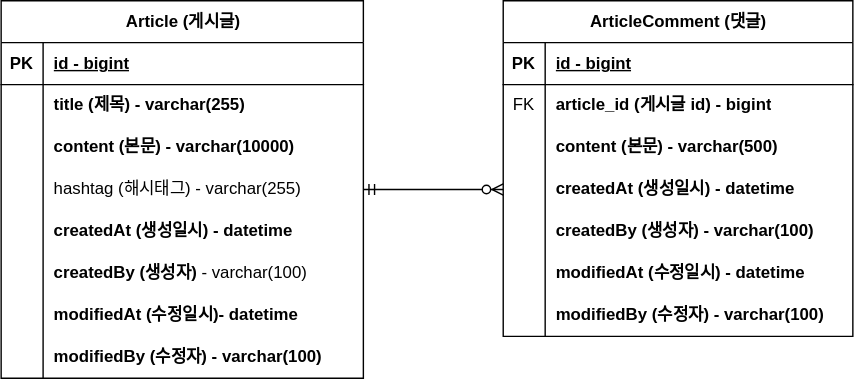
The draw.io diagram document/board_erd.svg in knotted-c/project-board, before a commit. Source tidied: cells renumbered, new cells last; positions are measured from the earlier drawing's top-left corner, leaving out a move shared by most shapes.
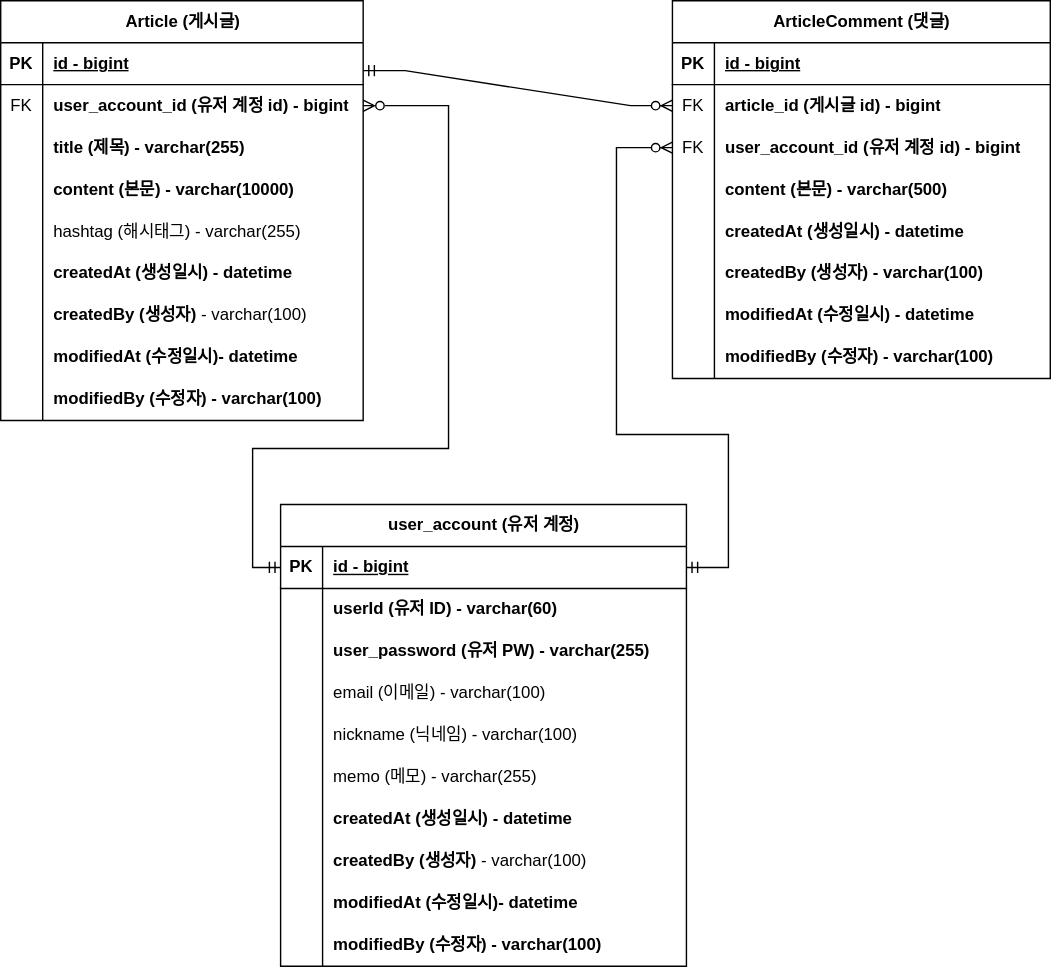
After the change.

Commit message:
회원계정에 대한 도메인 내용을 ERD에 반영하여 업데이트

Diff of the diagram source:
```diff
@@ -5,3 +5,3 @@
     <mxCell id="2" value="Article (게시글)" style="shape=table;startSize=30;rowLines=0;fontStyle=1;align=center;html=1;" parent="1" vertex="1">
-      <mxGeometry width="259" height="270" as="geometry" />
+      <mxGeometry x="-21" width="259" height="300" as="geometry" />
     </mxCell>
@@ -16,4 +16,13 @@
     </mxCell>
+    <mxCell id="50" style="shape=tableRow;horizontal=0;startSize=0;swimlaneHead=0;swimlaneBody=0;fillColor=none;points=[[0,0.5],[1,0.5]];portConstraint=eastwest;top=0;left=0;right=0;bottom=0;" parent="2" vertex="1">
+      <mxGeometry y="60" width="259" height="30" as="geometry" />
+    </mxCell>
+    <mxCell id="51" value="FK" style="shape=partialRectangle;fillColor=none;top=0;left=0;bottom=0;right=0;overflow=hidden;whiteSpace=wrap;html=1;" parent="50" vertex="1">
+      <mxGeometry width="30" height="30" as="geometry" />
+    </mxCell>
+    <mxCell id="52" value="user_account_id (유저 계정 id) - bigint" style="shape=partialRectangle;fillColor=none;top=0;left=0;bottom=0;right=0;align=left;spacingLeft=6;overflow=hidden;whiteSpace=wrap;html=1;fontStyle=1;" parent="50" vertex="1">
+      <mxGeometry x="30" width="229" height="30" as="geometry" />
+    </mxCell>
     <mxCell id="6" style="shape=tableRow;horizontal=0;startSize=0;swimlaneHead=0;swimlaneBody=0;fillColor=none;top=0;left=0;right=0;bottom=0;" parent="2" vertex="1">
-      <mxGeometry y="60" width="259" height="30" as="geometry" />
+      <mxGeometry y="90" width="259" height="30" as="geometry" />
     </mxCell>
@@ -26,3 +35,3 @@
     <mxCell id="9" style="shape=tableRow;horizontal=0;startSize=0;swimlaneHead=0;swimlaneBody=0;fillColor=none;top=0;left=0;right=0;bottom=0;" parent="2" vertex="1">
-      <mxGeometry y="90" width="259" height="30" as="geometry" />
+      <mxGeometry y="120" width="259" height="30" as="geometry" />
     </mxCell>
@@ -35,3 +44,3 @@
     <mxCell id="12" style="shape=tableRow;horizontal=0;startSize=0;swimlaneHead=0;swimlaneBody=0;fillColor=none;points=[[0,0.5],[1,0.5]];portConstraint=eastwest;top=0;left=0;right=0;bottom=0;" parent="2" vertex="1">
-      <mxGeometry y="120" width="259" height="30" as="geometry" />
+      <mxGeometry y="150" width="259" height="30" as="geometry" />
     </mxCell>
@@ -44,3 +53,3 @@
     <mxCell id="15" style="shape=tableRow;horizontal=0;startSize=0;swimlaneHead=0;swimlaneBody=0;fillColor=none;top=0;left=0;right=0;bottom=0;" parent="2" vertex="1">
-      <mxGeometry y="150" width="259" height="30" as="geometry" />
+      <mxGeometry y="180" width="259" height="30" as="geometry" />
     </mxCell>
@@ -53,3 +62,3 @@
     <mxCell id="18" style="shape=tableRow;horizontal=0;startSize=0;swimlaneHead=0;swimlaneBody=0;fillColor=none;top=0;left=0;right=0;bottom=0;fontStyle=1;" parent="2" vertex="1">
-      <mxGeometry y="180" width="259" height="30" as="geometry" />
+      <mxGeometry y="210" width="259" height="30" as="geometry" />
     </mxCell>
@@ -62,3 +71,3 @@
     <mxCell id="21" style="shape=tableRow;horizontal=0;startSize=0;swimlaneHead=0;swimlaneBody=0;fillColor=none;top=0;left=0;right=0;bottom=0;" parent="2" vertex="1">
-      <mxGeometry y="210" width="259" height="30" as="geometry" />
+      <mxGeometry y="240" width="259" height="30" as="geometry" />
     </mxCell>
@@ -71,3 +80,3 @@
     <mxCell id="24" style="shape=tableRow;horizontal=0;startSize=0;swimlaneHead=0;swimlaneBody=0;fillColor=none;top=0;left=0;right=0;bottom=0;" parent="2" vertex="1">
-      <mxGeometry y="240" width="259" height="30" as="geometry" />
+      <mxGeometry y="270" width="259" height="30" as="geometry" />
     </mxCell>
@@ -80,6 +89,6 @@
     <mxCell id="27" value="ArticleComment (댓글)" style="shape=table;startSize=30;rowLines=0;fontStyle=1;align=center;html=1;" parent="1" vertex="1">
-      <mxGeometry x="359" width="250" height="240" as="geometry" />
+      <mxGeometry x="459" width="270" height="270" as="geometry" />
     </mxCell>
     <mxCell id="28" style="shape=tableRow;horizontal=0;startSize=0;swimlaneHead=0;swimlaneBody=0;fillColor=none;top=0;left=0;right=0;bottom=1;" parent="27" vertex="1">
-      <mxGeometry y="30" width="250" height="30" as="geometry" />
+      <mxGeometry y="30" width="270" height="30" as="geometry" />
     </mxCell>
@@ -89,6 +98,6 @@
     <mxCell id="30" value="id - bigint" style="shape=partialRectangle;fillColor=none;top=0;left=0;bottom=0;right=0;align=left;spacingLeft=6;fontStyle=5;overflow=hidden;whiteSpace=wrap;html=1;" parent="28" vertex="1">
-      <mxGeometry x="30" width="220" height="30" as="geometry" />
+      <mxGeometry x="30" width="240" height="30" as="geometry" />
     </mxCell>
     <mxCell id="31" style="shape=tableRow;horizontal=0;startSize=0;swimlaneHead=0;swimlaneBody=0;fillColor=none;points=[[0,0.5],[1,0.5]];portConstraint=eastwest;top=0;left=0;right=0;bottom=0;" parent="27" vertex="1">
-      <mxGeometry y="60" width="250" height="30" as="geometry" />
+      <mxGeometry y="60" width="270" height="30" as="geometry" />
     </mxCell>
@@ -98,6 +107,15 @@
     <mxCell id="33" value="article_id (게시글 id) - bigint" style="shape=partialRectangle;fillColor=none;top=0;left=0;bottom=0;right=0;align=left;spacingLeft=6;overflow=hidden;whiteSpace=wrap;html=1;fontStyle=1;" parent="31" vertex="1">
-      <mxGeometry x="30" width="220" height="30" as="geometry" />
+      <mxGeometry x="30" width="240" height="30" as="geometry" />
     </mxCell>
+    <mxCell id="53" style="shape=tableRow;horizontal=0;startSize=0;swimlaneHead=0;swimlaneBody=0;fillColor=none;points=[[0,0.5],[1,0.5]];portConstraint=eastwest;top=0;left=0;right=0;bottom=0;" parent="27" vertex="1">
+      <mxGeometry y="90" width="270" height="30" as="geometry" />
+    </mxCell>
+    <mxCell id="54" value="FK" style="shape=partialRectangle;fillColor=none;top=0;left=0;bottom=0;right=0;overflow=hidden;whiteSpace=wrap;html=1;" parent="53" vertex="1">
+      <mxGeometry width="30" height="30" as="geometry" />
+    </mxCell>
+    <mxCell id="55" value="user_account_id (유저 계정 id) - bigint" style="shape=partialRectangle;fillColor=none;top=0;left=0;bottom=0;right=0;align=left;spacingLeft=6;overflow=hidden;whiteSpace=wrap;html=1;fontStyle=1;" parent="53" vertex="1">
+      <mxGeometry x="30" width="240" height="30" as="geometry" />
+    </mxCell>
     <mxCell id="34" style="shape=tableRow;horizontal=0;startSize=0;swimlaneHead=0;swimlaneBody=0;fillColor=none;top=0;left=0;right=0;bottom=0;" parent="27" vertex="1">
-      <mxGeometry y="90" width="250" height="30" as="geometry" />
+      <mxGeometry y="120" width="270" height="30" as="geometry" />
     </mxCell>
@@ -107,6 +125,6 @@
     <mxCell id="36" value="content (본문) - varchar(500)" style="shape=partialRectangle;fillColor=none;top=0;left=0;bottom=0;right=0;align=left;spacingLeft=6;overflow=hidden;whiteSpace=wrap;html=1;fontStyle=1;" parent="34" vertex="1">
-      <mxGeometry x="30" width="220" height="30" as="geometry" />
+      <mxGeometry x="30" width="240" height="30" as="geometry" />
     </mxCell>
     <mxCell id="37" style="shape=tableRow;horizontal=0;startSize=0;swimlaneHead=0;swimlaneBody=0;fillColor=none;points=[[0,0.5],[1,0.5]];portConstraint=eastwest;top=0;left=0;right=0;bottom=0;" parent="27" vertex="1">
-      <mxGeometry y="120" width="250" height="30" as="geometry" />
+      <mxGeometry y="150" width="270" height="30" as="geometry" />
     </mxCell>
@@ -116,6 +134,6 @@
     <mxCell id="39" value="createdAt (생성일시) - datetime" style="shape=partialRectangle;fillColor=none;top=0;left=0;bottom=0;right=0;align=left;spacingLeft=6;overflow=hidden;whiteSpace=wrap;html=1;fontStyle=1;" parent="37" vertex="1">
-      <mxGeometry x="30" width="220" height="30" as="geometry" />
+      <mxGeometry x="30" width="240" height="30" as="geometry" />
     </mxCell>
     <mxCell id="40" style="shape=tableRow;horizontal=0;startSize=0;swimlaneHead=0;swimlaneBody=0;fillColor=none;top=0;left=0;right=0;bottom=0;" parent="27" vertex="1">
-      <mxGeometry y="150" width="250" height="30" as="geometry" />
+      <mxGeometry y="180" width="270" height="30" as="geometry" />
     </mxCell>
@@ -125,6 +143,6 @@
     <mxCell id="42" value="createdBy (생성자) - varchar(100)" style="shape=partialRectangle;fillColor=none;top=0;left=0;bottom=0;right=0;align=left;spacingLeft=6;overflow=hidden;whiteSpace=wrap;html=1;fontStyle=1;" parent="40" vertex="1">
-      <mxGeometry x="30" width="220" height="30" as="geometry" />
+      <mxGeometry x="30" width="240" height="30" as="geometry" />
     </mxCell>
     <mxCell id="43" style="shape=tableRow;horizontal=0;startSize=0;swimlaneHead=0;swimlaneBody=0;fillColor=none;top=0;left=0;right=0;bottom=0;" parent="27" vertex="1">
-      <mxGeometry y="180" width="250" height="30" as="geometry" />
+      <mxGeometry y="210" width="270" height="30" as="geometry" />
     </mxCell>
@@ -134,6 +152,6 @@
     <mxCell id="45" value="modifiedAt (수정일시)&amp;nbsp;- datetime" style="shape=partialRectangle;fillColor=none;top=0;left=0;bottom=0;right=0;align=left;spacingLeft=6;overflow=hidden;whiteSpace=wrap;html=1;fontStyle=1;" parent="43" vertex="1">
-      <mxGeometry x="30" width="220" height="30" as="geometry" />
+      <mxGeometry x="30" width="240" height="30" as="geometry" />
     </mxCell>
     <mxCell id="46" style="shape=tableRow;horizontal=0;startSize=0;swimlaneHead=0;swimlaneBody=0;fillColor=none;top=0;left=0;right=0;bottom=0;" parent="27" vertex="1">
-      <mxGeometry y="210" width="250" height="30" as="geometry" />
+      <mxGeometry y="240" width="270" height="30" as="geometry" />
     </mxCell>
@@ -143,7 +161,122 @@
     <mxCell id="48" value="modifiedBy (수정자)&amp;nbsp;- varchar(100)" style="shape=partialRectangle;fillColor=none;top=0;left=0;bottom=0;right=0;align=left;spacingLeft=6;overflow=hidden;whiteSpace=wrap;html=1;fontStyle=1;" parent="46" vertex="1">
-      <mxGeometry x="30" width="220" height="30" as="geometry" />
+      <mxGeometry x="30" width="240" height="30" as="geometry" />
     </mxCell>
-    <mxCell id="49" style="edgeStyle=entityRelationEdgeStyle;fontSize=12;html=1;endArrow=ERzeroToMany;startArrow=ERmandOne;rounded=0;exitX=1;exitY=0.5;exitDx=0;exitDy=0;entryX=0;entryY=0.5;entryDx=0;entryDy=0;" parent="1" edge="1" source="12" target="37">
-      <mxGeometry relative="1" as="geometry" />
+    <mxCell id="49" style="edgeStyle=entityRelationEdgeStyle;fontSize=12;html=1;endArrow=ERzeroToMany;startArrow=ERmandOne;rounded=0;exitX=1;exitY=0.5;exitDx=0;exitDy=0;entryX=0;entryY=0.5;entryDx=0;entryDy=0;" parent="1" edge="1" target="31">
+      <mxGeometry relative="1" as="geometry">
+        <mxPoint x="238" y="50" as="sourcePoint" />
+      </mxGeometry>
     </mxCell>
+    <mxCell id="56" value="user_account (유저 계정)" style="shape=table;startSize=30;rowLines=0;fontStyle=1;align=center;html=1;" parent="1" vertex="1">
+      <mxGeometry x="179" y="360" width="290" height="330" as="geometry" />
+    </mxCell>
+    <mxCell id="57" style="shape=tableRow;horizontal=0;startSize=0;swimlaneHead=0;swimlaneBody=0;fillColor=none;points=[[0,0.5],[1,0.5]];portConstraint=eastwest;top=0;left=0;right=0;bottom=1;" parent="56" vertex="1">
+      <mxGeometry y="30" width="290" height="30" as="geometry" />
+    </mxCell>
+    <mxCell id="58" value="PK" style="shape=partialRectangle;fillColor=none;top=0;left=0;bottom=0;right=0;fontStyle=1;overflow=hidden;whiteSpace=wrap;html=1;" parent="57" vertex="1">
+      <mxGeometry width="30" height="30" as="geometry" />
+    </mxCell>
+    <mxCell id="59" value="id - bigint" style="shape=partialRectangle;fillColor=none;top=0;left=0;bottom=0;right=0;align=left;spacingLeft=6;fontStyle=5;overflow=hidden;whiteSpace=wrap;html=1;" parent="57" vertex="1">
+      <mxGeometry x="30" width="260" height="30" as="geometry" />
+    </mxCell>
+    <mxCell id="60" style="shape=tableRow;horizontal=0;startSize=0;swimlaneHead=0;swimlaneBody=0;fillColor=none;top=0;left=0;right=0;bottom=0;" parent="56" vertex="1">
+      <mxGeometry y="60" width="290" height="30" as="geometry" />
+    </mxCell>
+    <mxCell id="61" style="shape=partialRectangle;fillColor=none;top=0;left=0;bottom=0;right=0;overflow=hidden;whiteSpace=wrap;html=1;" parent="60" vertex="1">
+      <mxGeometry width="30" height="30" as="geometry" />
+    </mxCell>
+    <mxCell id="62" value="userId (유저 ID) - varchar(60)" style="shape=partialRectangle;fillColor=none;top=0;left=0;bottom=0;right=0;align=left;spacingLeft=6;overflow=hidden;whiteSpace=wrap;html=1;fontStyle=1;" parent="60" vertex="1">
+      <mxGeometry x="30" width="260" height="30" as="geometry" />
+    </mxCell>
+    <mxCell id="63" style="shape=tableRow;horizontal=0;startSize=0;swimlaneHead=0;swimlaneBody=0;fillColor=none;top=0;left=0;right=0;bottom=0;" parent="56" vertex="1">
+      <mxGeometry y="90" width="290" height="30" as="geometry" />
+    </mxCell>
+    <mxCell id="64" style="shape=partialRectangle;fillColor=none;top=0;left=0;bottom=0;right=0;overflow=hidden;whiteSpace=wrap;html=1;" parent="63" vertex="1">
+      <mxGeometry width="30" height="30" as="geometry" />
+    </mxCell>
+    <mxCell id="65" value="user_password (유저 PW)&amp;nbsp;- varchar(255)" style="shape=partialRectangle;fillColor=none;top=0;left=0;bottom=0;right=0;align=left;spacingLeft=6;overflow=hidden;whiteSpace=wrap;html=1;fontStyle=1;" parent="63" vertex="1">
+      <mxGeometry x="30" width="260" height="30" as="geometry" />
+    </mxCell>
+    <mxCell id="66" style="shape=tableRow;horizontal=0;startSize=0;swimlaneHead=0;swimlaneBody=0;fillColor=none;top=0;left=0;right=0;bottom=0;" parent="56" vertex="1">
+      <mxGeometry y="120" width="290" height="30" as="geometry" />
+    </mxCell>
+    <mxCell id="67" style="shape=partialRectangle;fillColor=none;top=0;left=0;bottom=0;right=0;overflow=hidden;whiteSpace=wrap;html=1;" parent="66" vertex="1">
+      <mxGeometry width="30" height="30" as="geometry" />
+    </mxCell>
+    <mxCell id="68" value="email (이메일)&amp;nbsp;- varchar(100)" style="shape=partialRectangle;fillColor=none;top=0;left=0;bottom=0;right=0;align=left;spacingLeft=6;overflow=hidden;whiteSpace=wrap;html=1;" parent="66" vertex="1">
+      <mxGeometry x="30" width="260" height="30" as="geometry" />
+    </mxCell>
+    <mxCell id="69" style="shape=tableRow;horizontal=0;startSize=0;swimlaneHead=0;swimlaneBody=0;fillColor=none;top=0;left=0;right=0;bottom=0;" parent="56" vertex="1">
+      <mxGeometry y="150" width="290" height="30" as="geometry" />
+    </mxCell>
+    <mxCell id="70" style="shape=partialRectangle;fillColor=none;top=0;left=0;bottom=0;right=0;overflow=hidden;whiteSpace=wrap;html=1;" parent="69" vertex="1">
+      <mxGeometry width="30" height="30" as="geometry" />
+    </mxCell>
+    <mxCell id="71" value="nickname (닉네임)&amp;nbsp;- varchar(100)" style="shape=partialRectangle;fillColor=none;top=0;left=0;bottom=0;right=0;align=left;spacingLeft=6;overflow=hidden;whiteSpace=wrap;html=1;" parent="69" vertex="1">
+      <mxGeometry x="30" width="260" height="30" as="geometry" />
+    </mxCell>
+    <mxCell id="72" style="shape=tableRow;horizontal=0;startSize=0;swimlaneHead=0;swimlaneBody=0;fillColor=none;top=0;left=0;right=0;bottom=0;" parent="56" vertex="1">
+      <mxGeometry y="180" width="290" height="30" as="geometry" />
+    </mxCell>
+    <mxCell id="73" style="shape=partialRectangle;fillColor=none;top=0;left=0;bottom=0;right=0;overflow=hidden;whiteSpace=wrap;html=1;" parent="72" vertex="1">
+      <mxGeometry width="30" height="30" as="geometry" />
+    </mxCell>
+    <mxCell id="74" value="memo (메모)&amp;nbsp;- varchar(255)" style="shape=partialRectangle;fillColor=none;top=0;left=0;bottom=0;right=0;align=left;spacingLeft=6;overflow=hidden;whiteSpace=wrap;html=1;" parent="72" vertex="1">
+      <mxGeometry x="30" width="260" height="30" as="geometry" />
+    </mxCell>
+    <mxCell id="75" style="shape=tableRow;horizontal=0;startSize=0;swimlaneHead=0;swimlaneBody=0;fillColor=none;top=0;left=0;right=0;bottom=0;" parent="56" vertex="1">
+      <mxGeometry y="210" width="290" height="30" as="geometry" />
+    </mxCell>
+    <mxCell id="76" style="shape=partialRectangle;fillColor=none;top=0;left=0;bottom=0;right=0;overflow=hidden;whiteSpace=wrap;html=1;" parent="75" vertex="1">
+      <mxGeometry width="30" height="30" as="geometry" />
+    </mxCell>
+    <mxCell id="77" value="createdAt (생성일시) - datetime" style="shape=partialRectangle;fillColor=none;top=0;left=0;bottom=0;right=0;align=left;spacingLeft=6;overflow=hidden;whiteSpace=wrap;html=1;fontStyle=1;" parent="75" vertex="1">
+      <mxGeometry x="30" width="260" height="30" as="geometry" />
+    </mxCell>
+    <mxCell id="78" style="shape=tableRow;horizontal=0;startSize=0;swimlaneHead=0;swimlaneBody=0;fillColor=none;top=0;left=0;right=0;bottom=0;fontStyle=1;" parent="56" vertex="1">
+      <mxGeometry y="240" width="290" height="30" as="geometry" />
+    </mxCell>
+    <mxCell id="79" style="shape=partialRectangle;fillColor=none;top=0;left=0;bottom=0;right=0;overflow=hidden;whiteSpace=wrap;html=1;" parent="78" vertex="1">
+      <mxGeometry width="30" height="30" as="geometry" />
+    </mxCell>
+    <mxCell id="80" value="&lt;b&gt;createdBy (생성자)&lt;/b&gt;&amp;nbsp;- varchar(100)" style="shape=partialRectangle;fillColor=none;top=0;left=0;bottom=0;right=0;align=left;spacingLeft=6;overflow=hidden;whiteSpace=wrap;html=1;" parent="78" vertex="1">
+      <mxGeometry x="30" width="260" height="30" as="geometry" />
+    </mxCell>
+    <mxCell id="81" style="shape=tableRow;horizontal=0;startSize=0;swimlaneHead=0;swimlaneBody=0;fillColor=none;top=0;left=0;right=0;bottom=0;" parent="56" vertex="1">
+      <mxGeometry y="270" width="290" height="30" as="geometry" />
+    </mxCell>
+    <mxCell id="82" style="shape=partialRectangle;fillColor=none;top=0;left=0;bottom=0;right=0;overflow=hidden;whiteSpace=wrap;html=1;" parent="81" vertex="1">
+      <mxGeometry width="30" height="30" as="geometry" />
+    </mxCell>
+    <mxCell id="83" value="modifiedAt (수정일시)- datetime" style="shape=partialRectangle;fillColor=none;top=0;left=0;bottom=0;right=0;align=left;spacingLeft=6;overflow=hidden;whiteSpace=wrap;html=1;fontStyle=1;" parent="81" vertex="1">
+      <mxGeometry x="30" width="260" height="30" as="geometry" />
+    </mxCell>
+    <mxCell id="84" style="shape=tableRow;horizontal=0;startSize=0;swimlaneHead=0;swimlaneBody=0;fillColor=none;top=0;left=0;right=0;bottom=0;" parent="56" vertex="1">
+      <mxGeometry y="300" width="290" height="30" as="geometry" />
+    </mxCell>
+    <mxCell id="85" style="shape=partialRectangle;fillColor=none;top=0;left=0;bottom=0;right=0;overflow=hidden;whiteSpace=wrap;html=1;" parent="84" vertex="1">
+      <mxGeometry width="30" height="30" as="geometry" />
+    </mxCell>
+    <mxCell id="86" value="modifiedBy (수정자)&amp;nbsp;- varchar(100)" style="shape=partialRectangle;fillColor=none;top=0;left=0;bottom=0;right=0;align=left;spacingLeft=6;overflow=hidden;whiteSpace=wrap;html=1;fontStyle=1;" parent="84" vertex="1">
+      <mxGeometry x="30" width="260" height="30" as="geometry" />
+    </mxCell>
+    <mxCell id="87" style="edgeStyle=orthogonalEdgeStyle;fontSize=12;html=1;endArrow=ERzeroToMany;startArrow=ERmandOne;rounded=0;entryX=0;entryY=0.5;entryDx=0;entryDy=0;exitX=1;exitY=0.5;exitDx=0;exitDy=0;" parent="1" edge="1" source="57" target="53">
+      <mxGeometry relative="1" as="geometry">
+        <Array as="points">
+          <mxPoint x="499" y="405" />
+          <mxPoint x="499" y="310" />
+          <mxPoint x="419" y="310" />
+          <mxPoint x="419" y="105" />
+        </Array>
+      </mxGeometry>
+    </mxCell>
+    <mxCell id="88" style="edgeStyle=orthogonalEdgeStyle;rounded=0;jettySize=auto;html=1;exitX=1;exitY=0.5;exitDx=0;exitDy=0;entryX=0;entryY=0.5;entryDx=0;entryDy=0;startArrow=ERzeroToMany;startFill=0;endArrow=ERmandOne;endFill=0;" parent="1" edge="1" source="50" target="57">
+      <mxGeometry relative="1" as="geometry">
+        <Array as="points">
+          <mxPoint x="299" y="75" />
+          <mxPoint x="299" y="320" />
+          <mxPoint x="159" y="320" />
+          <mxPoint x="159" y="405" />
+        </Array>
+      </mxGeometry>
+    </mxCell>
   </root>
```
